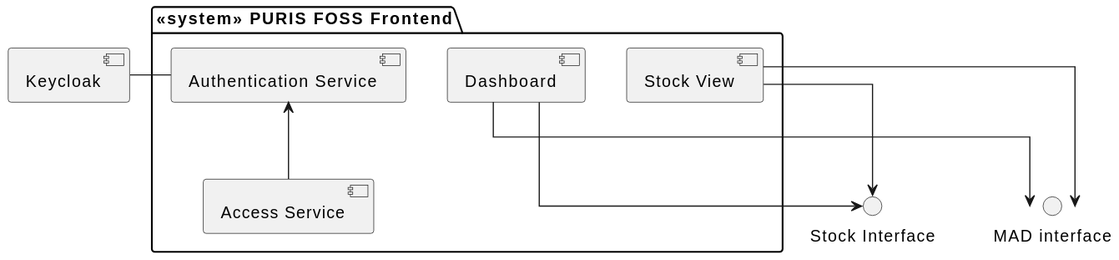
Before: docs/architecture/img/05-level-1-frontend.svg, a diagram exported from PlantUML (eclipse-tractusx/puris). Source of this version:
```plantuml
@startuml
skinparam linetype ortho

package "<<system>> PURIS FOSS Frontend"{

  [Stock View] as stock_view
  [Dashboard] as dashboard
  [Authentication Service] as auth_service
  [Access Service] as access_service

  auth_service <-- access_service

}

[Keycloak] as idp

idp - auth_service

stock_view --> "Stock Interface"
stock_view --> "MAD interface"

dashboard --> "Stock Interface"
dashboard --> "MAD interface"
@enduml
```
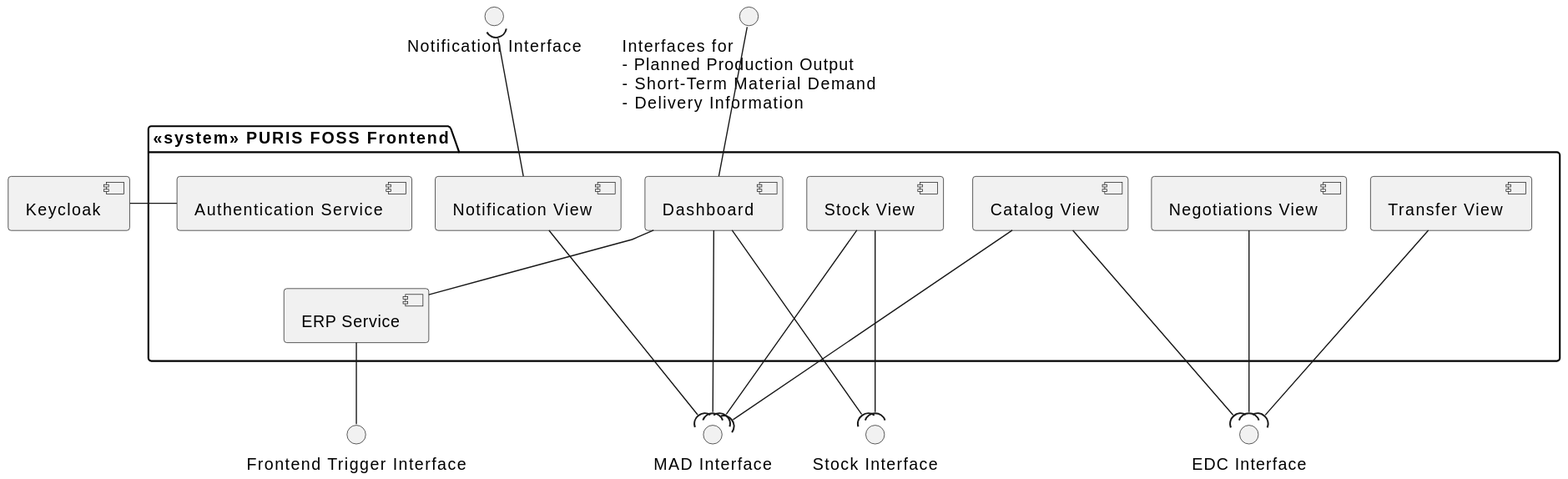
Later version of the same file.

Commit message:
docs(BuildingBlockView): added notifications and days of supply

Diff of the diagram source:
```diff
@@ -1,24 +1,50 @@
 @startuml
-skinparam linetype ortho
+skinparam linetype polyline
+skinparam nodesep 20
+skinparam ranksep 50
+
+() erp_frontend_interface as "Frontend Trigger Interface"
+() edc_interface as "EDC Interface"
+() mad_interface as "MAD Interface"
+() edc_interface as "EDC Interface"
+() notifications_interface as "Notification Interface"
 
 package "<<system>> PURIS FOSS Frontend"{
 
-  [Stock View] as stock_view
-  [Dashboard] as dashboard
-  [Authentication Service] as auth_service
-  [Access Service] as access_service
-
-  auth_service <-- access_service
-
+  [ERP Service] as erp_service
+  together {
+    [Stock View] as stock_view
+    [Notification View] as notifications_view
+    [Dashboard] as dashboard
+    [Authentication Service] as auth_service
+  }
+  together {
+    [Catalog View] as catalog_view
+    [Negotiations View] as negotiations_view
+    [Transfer View] as transfer_view
+  }
 }
-
+"Interfaces for\n- Planned Production Output\n- Short-Term Material Demand\n- Delivery Information" -- dashboard
 [Keycloak] as idp
 
 idp - auth_service
 
-stock_view --> "Stock Interface"
-stock_view --> "MAD interface"
+stock_view ---( "Stock Interface"
+stock_view ---( mad_interface
 
-dashboard --> "Stock Interface"
-dashboard --> "MAD interface"
+dashboard ---( "Stock Interface"
+dashboard ---( mad_interface
+notifications_view ---( mad_interface
+notifications_interface )-- notifications_view
+
+catalog_view ---( edc_interface
+catalog_view ---( mad_interface
+negotiations_view ---( edc_interface
+transfer_view ---( edc_interface
+
+erp_service - dashboard
+erp_frontend_interface -up- erp_service
+dashboard -[hidden]right- stock_view
+
+auth_service -[hidden]down- erp_service
 @enduml
```
